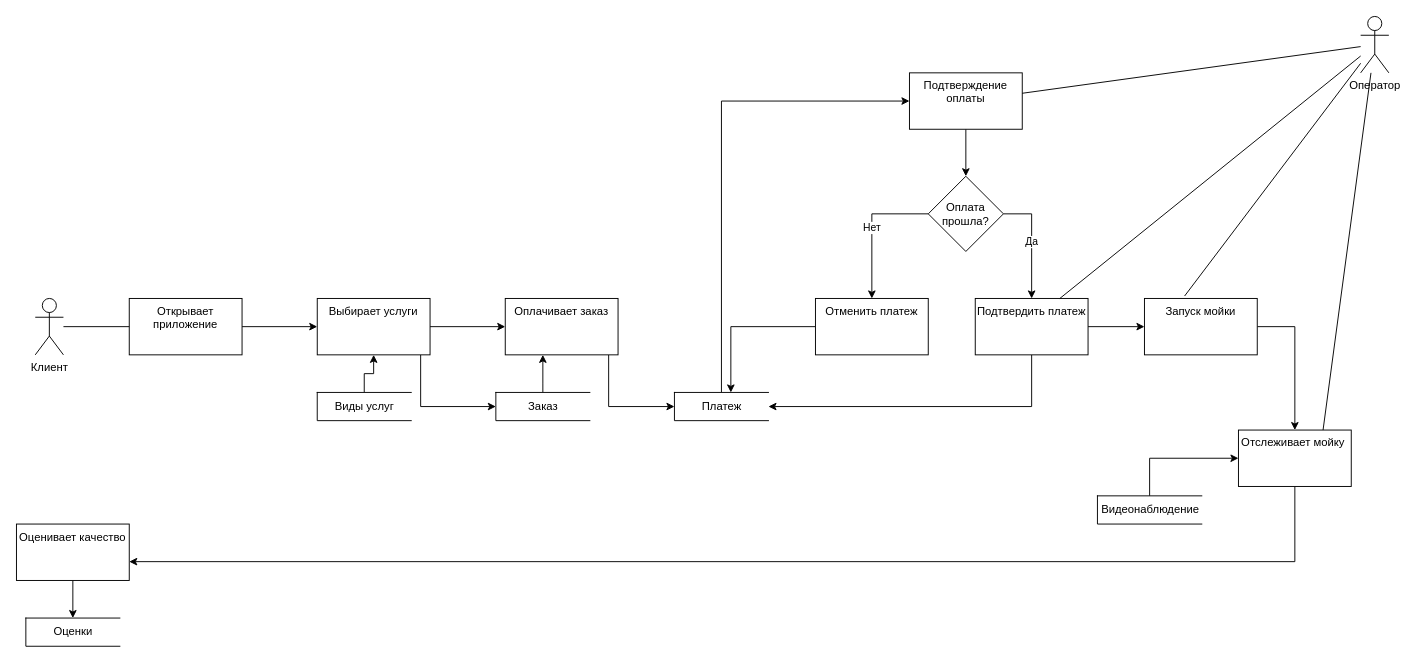
Above: page "DFD" (2 of 3) of Diagram_1.drawio in vitaliyepikhin/Automated-Car-Wash (draw.io), before the change. Source tidied: cells renumbered, new cells numbered last; positions are measured from the earlier drawing's top-left corner, leaving out a move shared by most shapes. Both pictures are drawn from the tidied source at 94%, with x=0, y=0 at pixel (16, 16).
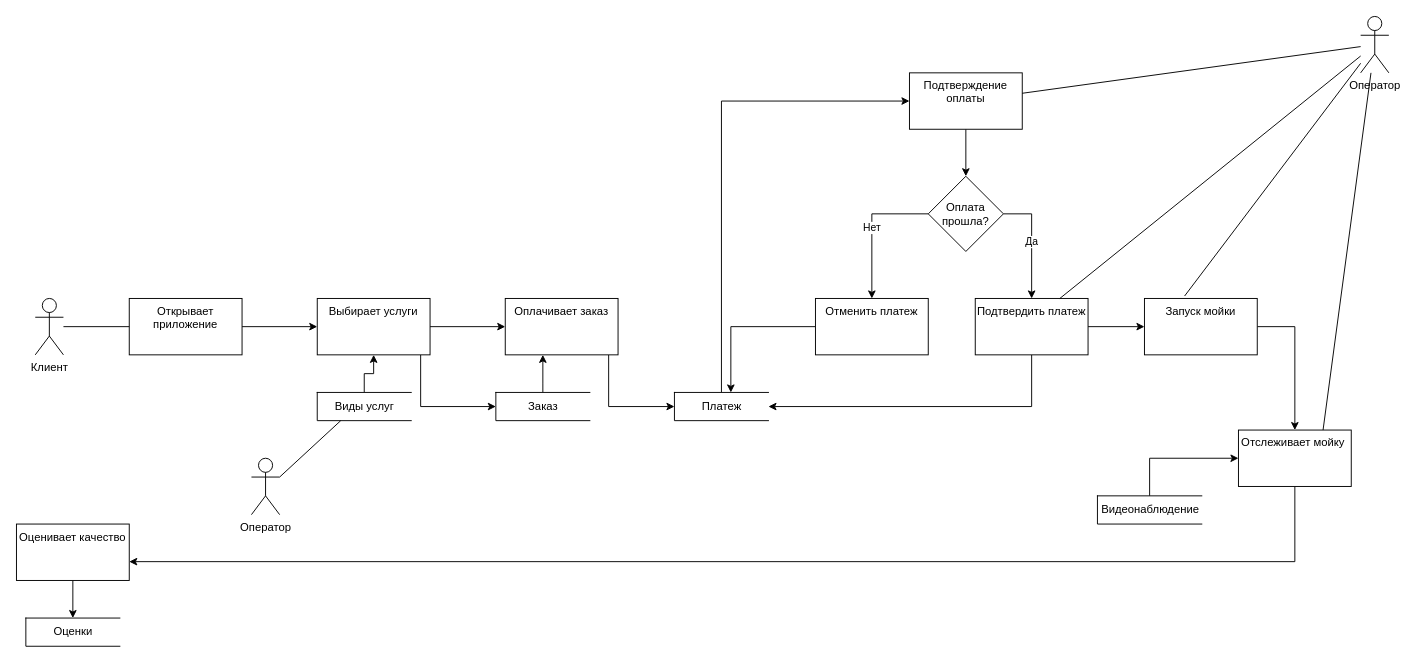
The same diagram, later.

The change refers to these unchanged cells:
```xml
<mxCell id="11" value="Виды услуг" style="html=1;dashed=0;whitespace=wrap;shape=partialRectangle;right=0;" parent="1" vertex="1">
  <mxGeometry x="320" y="400" width="100" height="30" as="geometry" />
</mxCell>
```

What changed in the source:
```diff
@@
+    <mxCell id="41" value="Оператор" style="shape=umlActor;verticalLabelPosition=bottom;verticalAlign=top;html=1;outlineConnect=0;" parent="1" vertex="1">
+      <mxGeometry x="250" y="470" width="30" height="60" as="geometry" />
+    </mxCell>
+    <mxCell id="42" style="endArrow=none;html=1;rounded=0;entryX=0.25;entryY=1;entryDx=0;entryDy=0;exitX=1;exitY=0.3333333333333333;exitDx=0;exitDy=0;exitPerimeter=0;" parent="1" edge="1" source="41" target="11">
+      <mxGeometry relative="1" as="geometry" />
+    </mxCell>
```
